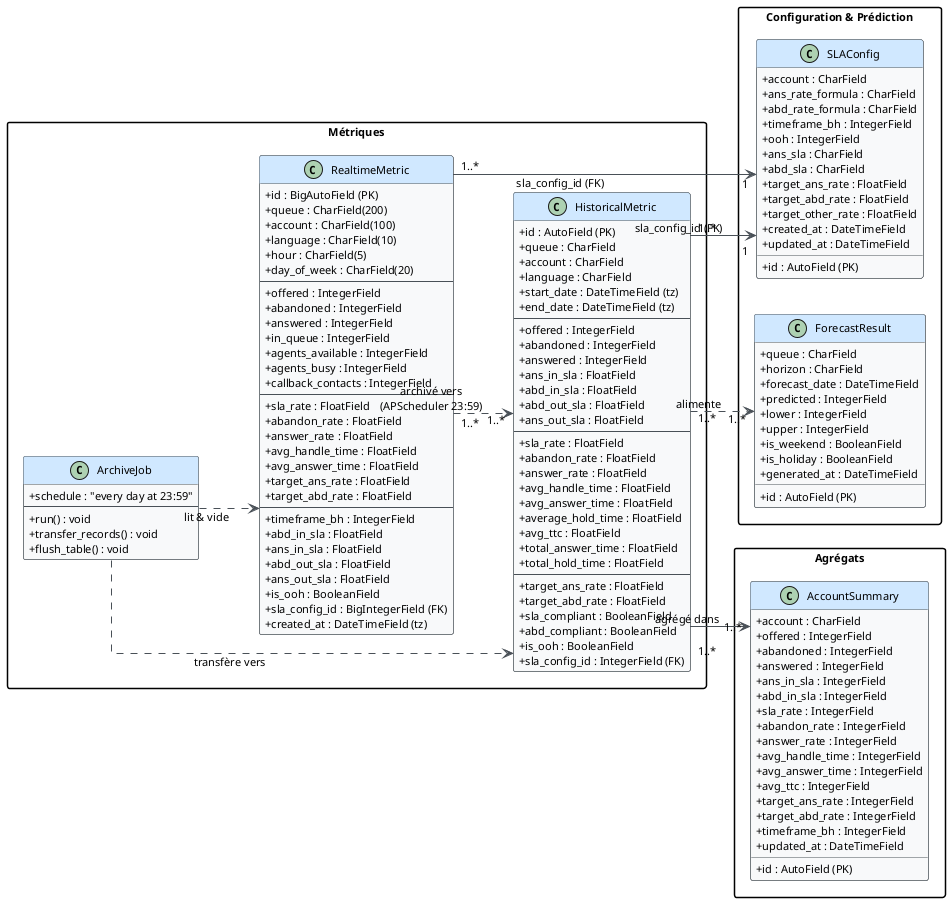
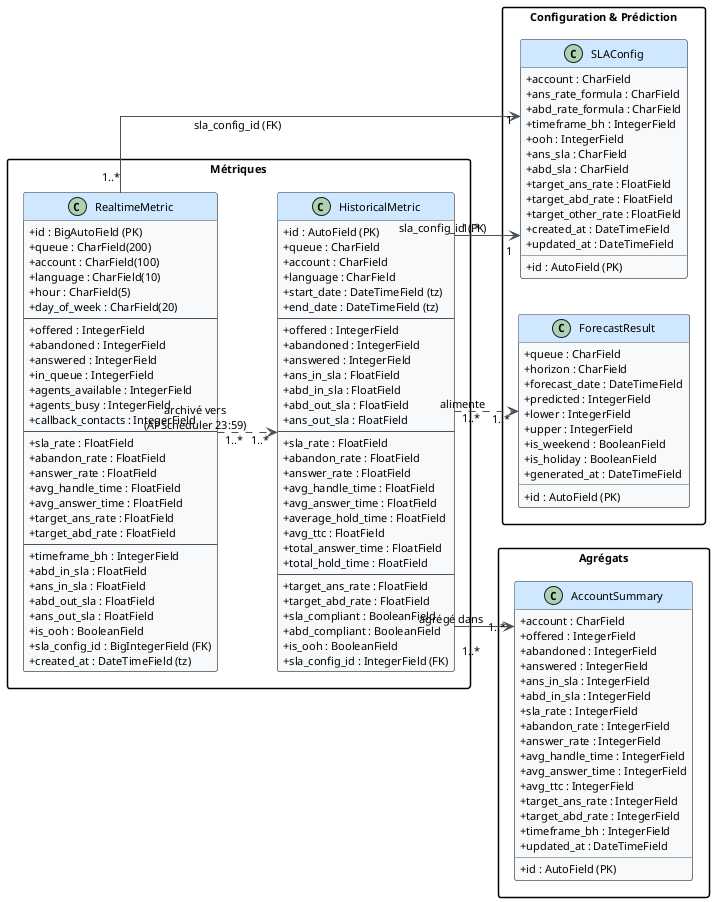
@startuml
left to right direction
skinparam linetype ortho
skinparam classAttributeIconSize 0
skinparam defaultFontSize 11
skinparam class {
    BackgroundColor #F8F9FA
    BorderColor #495057
    ArrowColor #495057
    HeaderBackgroundColor #D0E8FF
}
skinparam packageStyle rectangle

package "Métriques" {

    class RealtimeMetric {
        + id : BigAutoField (PK)
        + queue : CharField(200)
        + account : CharField(100)
        + language : CharField(10)
        + hour : CharField(5)
        + day_of_week : CharField(20)
        --
        + offered : IntegerField
        + abandoned : IntegerField
        + answered : IntegerField
        + in_queue : IntegerField
        + agents_available : IntegerField
        + agents_busy : IntegerField
        + callback_contacts : IntegerField
        --
        + sla_rate : FloatField
        + abandon_rate : FloatField
        + answer_rate : FloatField
        + avg_handle_time : FloatField
        + avg_answer_time : FloatField
        + target_ans_rate : FloatField
        + target_abd_rate : FloatField
        --
        + timeframe_bh : IntegerField
        + abd_in_sla : FloatField
        + ans_in_sla : FloatField
        + abd_out_sla : FloatField
        + ans_out_sla : FloatField
        + is_ooh : BooleanField
        + sla_config_id : BigIntegerField (FK)
        + created_at : DateTimeField (tz)
    }

    class HistoricalMetric {
        + id : AutoField (PK)
        + queue : CharField
        + account : CharField
        + language : CharField
        + start_date : DateTimeField (tz)
        + end_date : DateTimeField (tz)
        --
        + offered : IntegerField
        + abandoned : IntegerField
        + answered : IntegerField
        + ans_in_sla : FloatField
        + abd_in_sla : FloatField
        + abd_out_sla : FloatField
        + ans_out_sla : FloatField
        --
        + sla_rate : FloatField
        + abandon_rate : FloatField
        + answer_rate : FloatField
        + avg_handle_time : FloatField
        + avg_answer_time : FloatField
        + average_hold_time : FloatField
        + avg_ttc : FloatField
        + total_answer_time : FloatField
        + total_hold_time : FloatField
        --
        + target_ans_rate : FloatField
        + target_abd_rate : FloatField
        + sla_compliant : BooleanField
        + abd_compliant : BooleanField
        + is_ooh : BooleanField
        + sla_config_id : IntegerField (FK)
    }

-     class ArchiveJob {
-         + schedule : "every day at 23:59"
-         --
-         + run() : void
-         + transfer_records() : void
-         + flush_table() : void
-     }
- 
    RealtimeMetric "1..*" ..> "1..*" HistoricalMetric : "archivé vers\n(APScheduler 23:59)"
-     ArchiveJob ..> RealtimeMetric : "lit & vide"
-     ArchiveJob ..> HistoricalMetric : "transfère vers"
}

package "Configuration & Prédiction" {

    class SLAConfig {
        + id : AutoField (PK)
        + account : CharField
        + ans_rate_formula : CharField
        + abd_rate_formula : CharField
        + timeframe_bh : IntegerField
        + ooh : IntegerField
        + ans_sla : CharField
        + abd_sla : CharField
        + target_ans_rate : FloatField
        + target_abd_rate : FloatField
        + target_other_rate : FloatField
        + created_at : DateTimeField
        + updated_at : DateTimeField
    }

    class ForecastResult {
        + id : AutoField (PK)
        + queue : CharField
        + horizon : CharField
        + forecast_date : DateTimeField
        + predicted : IntegerField
        + lower : IntegerField
        + upper : IntegerField
        + is_weekend : BooleanField
        + is_holiday : BooleanField
        + generated_at : DateTimeField
    }
}

package "Agrégats" {

    class AccountSummary {
        + id : AutoField (PK)
        + account : CharField
        + offered : IntegerField
        + abandoned : IntegerField
        + answered : IntegerField
        + ans_in_sla : IntegerField
        + abd_in_sla : IntegerField
        + sla_rate : IntegerField
        + abandon_rate : IntegerField
        + answer_rate : IntegerField
        + avg_handle_time : IntegerField
        + avg_answer_time : IntegerField
        + avg_ttc : IntegerField
        + target_ans_rate : IntegerField
        + target_abd_rate : IntegerField
        + timeframe_bh : IntegerField
        + updated_at : DateTimeField
    }
}

' Relations
RealtimeMetric "1..*" --> "1" SLAConfig : "sla_config_id (FK)"
HistoricalMetric "1..*" --> "1" SLAConfig : "sla_config_id (FK)"
HistoricalMetric "1..*" --> "1..*" AccountSummary : "agrégé dans"
HistoricalMetric "1..*" ..> "1..*" ForecastResult : "alimente"

@enduml